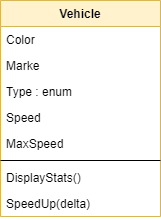
Before: src/20221018/images/kapselung_ex_1.drawio.png, a diagram exported from draw.io (atillakati/sw_developer_2022_trainer). Source tidied: cells renumbered, new cells last; positions are measured from the earlier drawing's top-left corner, leaving out a move shared by most shapes.
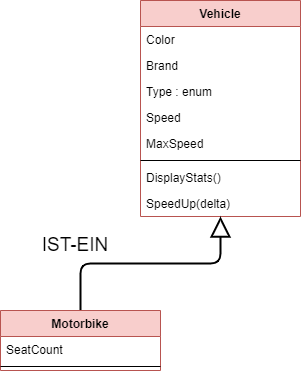
The same diagram one commit later.

Commit message:
Vererbung & Kapselung Beispiel

Diff of the diagram source:
```diff
@@ -2,13 +2,13 @@
   <root>
     <mxCell id="0" />
     <mxCell id="1" parent="0" />
-    <mxCell id="2" value="Vehicle" style="swimlane;fontStyle=1;align=center;verticalAlign=top;horizontal=1;startSize=26;fillColor=#fff2cc;strokeColor=#d6b656;" parent="1" vertex="1">
+    <mxCell id="2" value="Vehicle" style="swimlane;fontStyle=1;align=center;verticalAlign=top;horizontal=1;startSize=26;fillColor=#f8cecc;strokeColor=#b85450;" parent="1" vertex="1">
       <mxGeometry width="160" height="216" as="geometry" />
     </mxCell>
     <mxCell id="3" value="Color" style="text;strokeColor=none;fillColor=none;align=left;verticalAlign=top;spacingLeft=4;spacingRight=4;overflow=hidden;" parent="2" vertex="1">
       <mxGeometry y="26" width="160" height="26" as="geometry" />
     </mxCell>
-    <mxCell id="4" value="Marke" style="text;strokeColor=none;fillColor=none;align=left;verticalAlign=top;spacingLeft=4;spacingRight=4;overflow=hidden;" parent="2" vertex="1">
+    <mxCell id="4" value="Brand" style="text;strokeColor=none;fillColor=none;align=left;verticalAlign=top;spacingLeft=4;spacingRight=4;overflow=hidden;" parent="2" vertex="1">
       <mxGeometry y="52" width="160" height="26" as="geometry" />
     </mxCell>
     <mxCell id="5" value="Type : enum" style="text;strokeColor=none;fillColor=none;align=left;verticalAlign=top;spacingLeft=4;spacingRight=4;overflow=hidden;" parent="2" vertex="1">
@@ -29,5 +29,20 @@
     <mxCell id="10" value="SpeedUp(delta)" style="text;strokeColor=none;fillColor=none;align=left;verticalAlign=top;spacingLeft=4;spacingRight=4;overflow=hidden;" parent="2" vertex="1">
       <mxGeometry y="190" width="160" height="26" as="geometry" />
     </mxCell>
+    <mxCell id="11" style="edgeStyle=orthogonalEdgeStyle;html=1;endArrow=block;endFill=0;strokeWidth=2;endSize=16;" parent="1" edge="1" source="12" target="2">
+      <mxGeometry relative="1" as="geometry" />
+    </mxCell>
+    <mxCell id="12" value="Motorbike" style="swimlane;fontStyle=1;align=center;verticalAlign=top;horizontal=1;startSize=26;fillColor=#f8cecc;strokeColor=#b85450;" parent="1" vertex="1">
+      <mxGeometry x="-140" y="310" width="160" height="60" as="geometry" />
+    </mxCell>
+    <mxCell id="13" value="SeatCount" style="text;strokeColor=none;fillColor=none;align=left;verticalAlign=top;spacingLeft=4;spacingRight=4;overflow=hidden;" parent="12" vertex="1">
+      <mxGeometry y="26" width="160" height="26" as="geometry" />
+    </mxCell>
+    <mxCell id="14" style="line;strokeWidth=1;fillColor=none;align=left;verticalAlign=middle;spacingTop=-1;spacingLeft=3;spacingRight=3;labelPosition=right;" parent="12" vertex="1">
+      <mxGeometry y="52" width="160" height="8" as="geometry" />
+    </mxCell>
+    <mxCell id="15" value="&lt;font style=&quot;font-size: 19px&quot;&gt;IST-EIN&lt;/font&gt;" style="text;html=1;strokeColor=none;fillColor=none;align=center;verticalAlign=middle;whiteSpace=wrap;rounded=0;" parent="1" vertex="1">
+      <mxGeometry x="-140" y="230" width="150" height="30" as="geometry" />
+    </mxCell>
   </root>
 </mxGraphModel>
```
